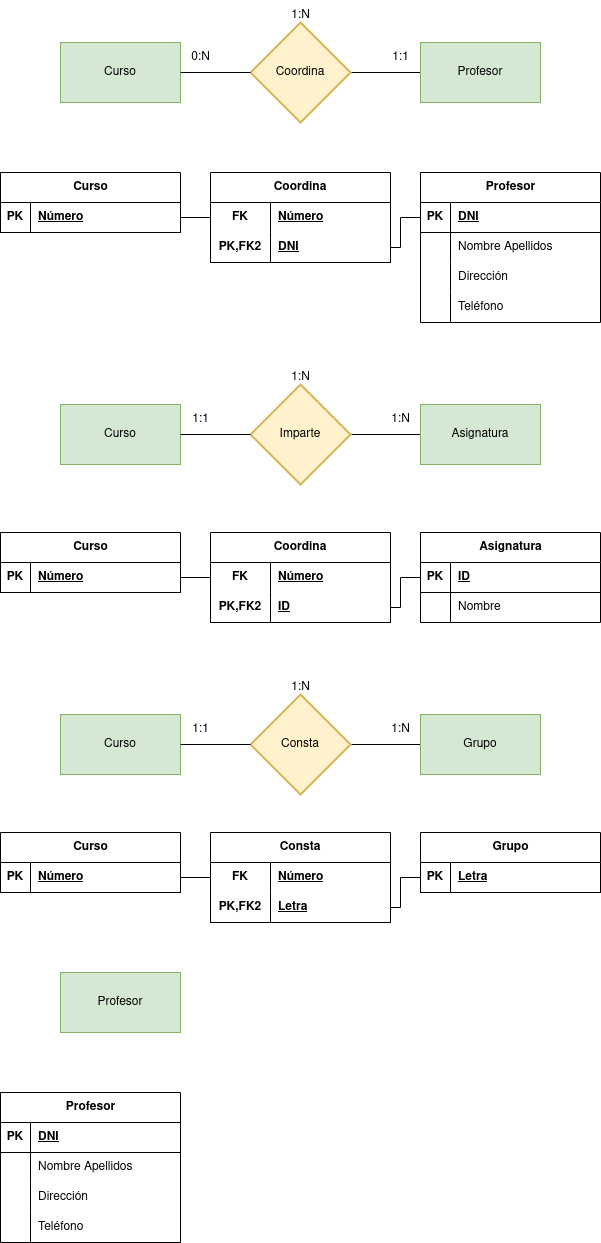
This is tareas 1/Ejercicio calificable docente (MR-2).drawio.png from GermanOjeda/base-datos, a draw.io export, as it was before one commit. Source tidied: cells renumbered, new cells last; positions are measured from the earlier drawing's top-left corner, leaving out a move shared by most shapes.
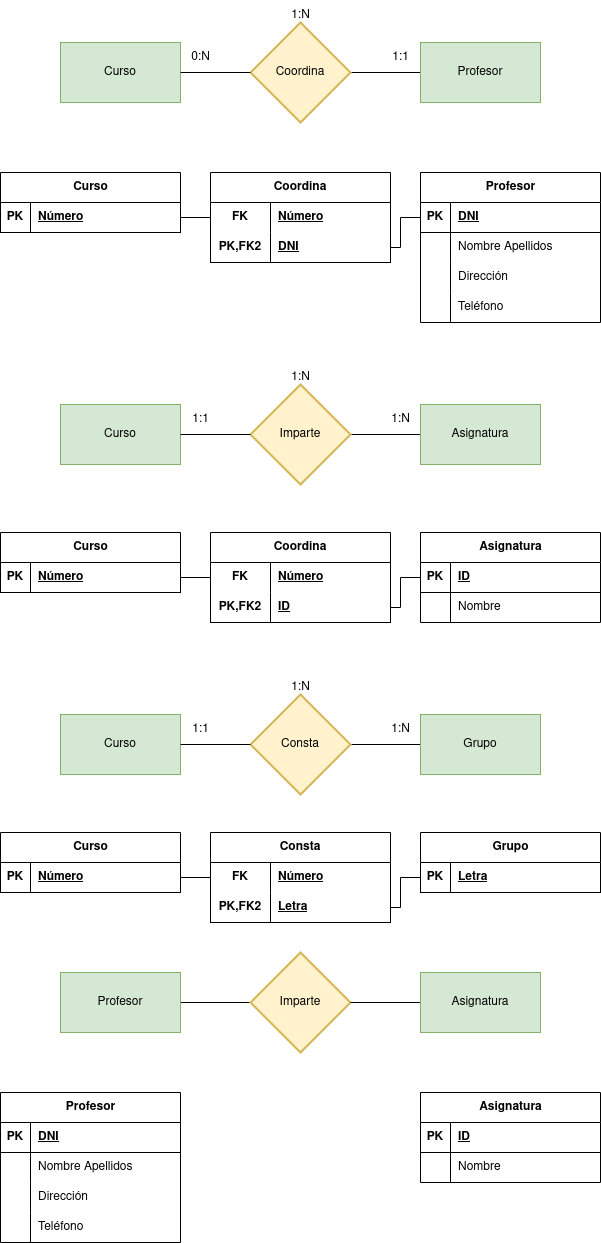
Later version of the same file.

What changed in the source:
```diff
@@ -307,8 +307,41 @@
     <mxCell id="101" value="Teléfono" style="shape=partialRectangle;fillColor=none;top=0;left=0;bottom=0;right=0;align=left;spacingLeft=6;overflow=hidden;whiteSpace=wrap;html=1;" parent="99" vertex="1">
       <mxGeometry x="30" width="150" height="30" as="geometry" />
     </mxCell>
+    <mxCell id="103" style="edgeStyle=orthogonalEdgeStyle;rounded=0;jettySize=auto;html=1;endArrow=none;endFill=0;" parent="1" edge="1" source="102" target="104">
+      <mxGeometry relative="1" as="geometry" />
+    </mxCell>
     <mxCell id="102" value="Profesor" style="rounded=0;whiteSpace=wrap;html=1;fillColor=#d5e8d4;strokeColor=#82b366;" parent="1" vertex="1">
       <mxGeometry x="60" y="972" width="120" height="60" as="geometry" />
     </mxCell>
+    <mxCell id="104" value="Imparte" style="strokeWidth=2;html=1;shape=mxgraph.flowchart.decision;whiteSpace=wrap;fillColor=#fff2cc;strokeColor=#d6b656;" parent="1" vertex="1">
+      <mxGeometry x="250" y="952" width="100" height="100" as="geometry" />
+    </mxCell>
+    <mxCell id="105" style="edgeStyle=orthogonalEdgeStyle;rounded=0;jettySize=auto;html=1;endArrow=none;endFill=0;" parent="1" edge="1" source="106" target="104">
+      <mxGeometry relative="1" as="geometry" />
+    </mxCell>
+    <mxCell id="106" value="Asignatura" style="rounded=0;whiteSpace=wrap;html=1;fillColor=#d5e8d4;strokeColor=#82b366;" parent="1" vertex="1">
+      <mxGeometry x="420" y="972" width="120" height="60" as="geometry" />
+    </mxCell>
+    <mxCell id="107" value="Asignatura" style="shape=table;startSize=30;rowLines=0;fontStyle=1;align=center;html=1;" parent="1" vertex="1">
+      <mxGeometry x="420" y="1092" width="180" height="90" as="geometry" />
+    </mxCell>
+    <mxCell id="108" style="shape=tableRow;horizontal=0;startSize=0;swimlaneHead=0;swimlaneBody=0;fillColor=none;top=0;left=0;right=0;bottom=1;" parent="107" vertex="1">
+      <mxGeometry y="30" width="180" height="30" as="geometry" />
+    </mxCell>
+    <mxCell id="109" value="PK" style="shape=partialRectangle;fillColor=none;top=0;left=0;bottom=0;right=0;fontStyle=1;overflow=hidden;whiteSpace=wrap;html=1;" parent="108" vertex="1">
+      <mxGeometry width="30" height="30" as="geometry" />
+    </mxCell>
+    <mxCell id="110" value="ID" style="shape=partialRectangle;fillColor=none;top=0;left=0;bottom=0;right=0;align=left;spacingLeft=6;fontStyle=5;overflow=hidden;whiteSpace=wrap;html=1;" parent="108" vertex="1">
+      <mxGeometry x="30" width="150" height="30" as="geometry" />
+    </mxCell>
+    <mxCell id="111" style="shape=tableRow;horizontal=0;startSize=0;swimlaneHead=0;swimlaneBody=0;fillColor=none;top=0;left=0;right=0;bottom=0;" parent="107" vertex="1">
+      <mxGeometry y="60" width="180" height="30" as="geometry" />
+    </mxCell>
+    <mxCell id="112" style="shape=partialRectangle;fillColor=none;top=0;left=0;bottom=0;right=0;overflow=hidden;whiteSpace=wrap;html=1;" parent="111" vertex="1">
+      <mxGeometry width="30" height="30" as="geometry" />
+    </mxCell>
+    <mxCell id="113" value="Nombre" style="shape=partialRectangle;fillColor=none;top=0;left=0;bottom=0;right=0;align=left;spacingLeft=6;overflow=hidden;whiteSpace=wrap;html=1;" parent="111" vertex="1">
+      <mxGeometry x="30" width="150" height="30" as="geometry" />
+    </mxCell>
   </root>
 </mxGraphModel>
```
